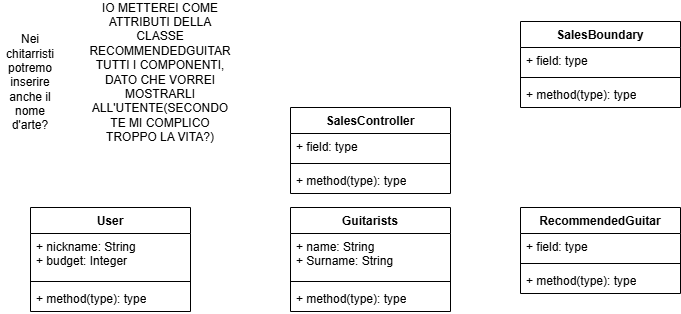
Above: BCEM.drawio.png in TizianoLilli/ISPW-Project (draw.io), before the change. Source tidied: cells renumbered, new cells last; positions are measured from the earlier drawing's top-left corner, leaving out a move shared by most shapes.
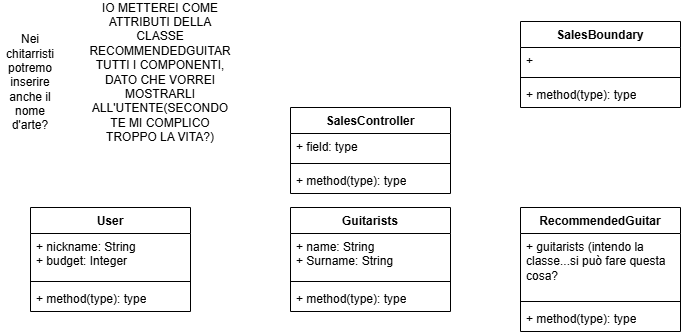
After the commit.

What changed in the source:
```diff
@@ -15,16 +15,16 @@
       <mxGeometry y="78" width="160" height="26" as="geometry" />
     </mxCell>
     <mxCell id="6" value="RecommendedGuitar" style="swimlane;fontStyle=1;align=center;verticalAlign=top;horizontal=1;startSize=26;whiteSpace=wrap;html=1;" parent="1" vertex="1">
-      <mxGeometry x="520" y="186" width="160" height="86" as="geometry" />
+      <mxGeometry x="520" y="186" width="160" height="124" as="geometry" />
     </mxCell>
-    <mxCell id="7" value="+ field: type" style="text;strokeColor=none;fillColor=none;align=left;verticalAlign=top;spacingLeft=4;spacingRight=4;overflow=hidden;whiteSpace=wrap;html=1;" parent="6" vertex="1">
-      <mxGeometry y="26" width="160" height="26" as="geometry" />
+    <mxCell id="7" value="+ guitarists (intendo la classe...si può fare questa cosa?" style="text;strokeColor=none;fillColor=none;align=left;verticalAlign=top;spacingLeft=4;spacingRight=4;overflow=hidden;whiteSpace=wrap;html=1;" parent="6" vertex="1">
+      <mxGeometry y="26" width="160" height="64" as="geometry" />
     </mxCell>
     <mxCell id="8" style="line;strokeWidth=1;fillColor=none;align=left;verticalAlign=middle;spacingTop=-1;spacingLeft=3;spacingRight=3;labelPosition=right;strokeColor=inherit;" parent="6" vertex="1">
-      <mxGeometry y="52" width="160" height="8" as="geometry" />
+      <mxGeometry y="90" width="160" height="8" as="geometry" />
     </mxCell>
     <mxCell id="9" value="+ method(type): type" style="text;strokeColor=none;fillColor=none;align=left;verticalAlign=top;spacingLeft=4;spacingRight=4;overflow=hidden;whiteSpace=wrap;html=1;" parent="6" vertex="1">
-      <mxGeometry y="60" width="160" height="26" as="geometry" />
+      <mxGeometry y="98" width="160" height="26" as="geometry" />
     </mxCell>
     <mxCell id="10" value="User" style="swimlane;fontStyle=1;align=center;verticalAlign=top;horizontal=1;startSize=26;whiteSpace=wrap;html=1;" parent="1" vertex="1">
       <mxGeometry x="30" y="186" width="160" height="104" as="geometry" />
@@ -53,7 +53,7 @@
     <mxCell id="18" value="SalesBoundary" style="swimlane;fontStyle=1;align=center;verticalAlign=top;horizontal=1;startSize=26;whiteSpace=wrap;html=1;" parent="1" vertex="1">
       <mxGeometry x="520" width="160" height="86" as="geometry" />
     </mxCell>
-    <mxCell id="19" value="+ field: type" style="text;strokeColor=none;fillColor=none;align=left;verticalAlign=top;spacingLeft=4;spacingRight=4;overflow=hidden;whiteSpace=wrap;html=1;" parent="18" vertex="1">
+    <mxCell id="19" value="+&amp;nbsp;" style="text;strokeColor=none;fillColor=none;align=left;verticalAlign=top;spacingLeft=4;spacingRight=4;overflow=hidden;whiteSpace=wrap;html=1;" parent="18" vertex="1">
       <mxGeometry y="26" width="160" height="26" as="geometry" />
     </mxCell>
     <mxCell id="20" style="line;strokeWidth=1;fillColor=none;align=left;verticalAlign=middle;spacingTop=-1;spacingLeft=3;spacingRight=3;labelPosition=right;strokeColor=inherit;" parent="18" vertex="1">
```
